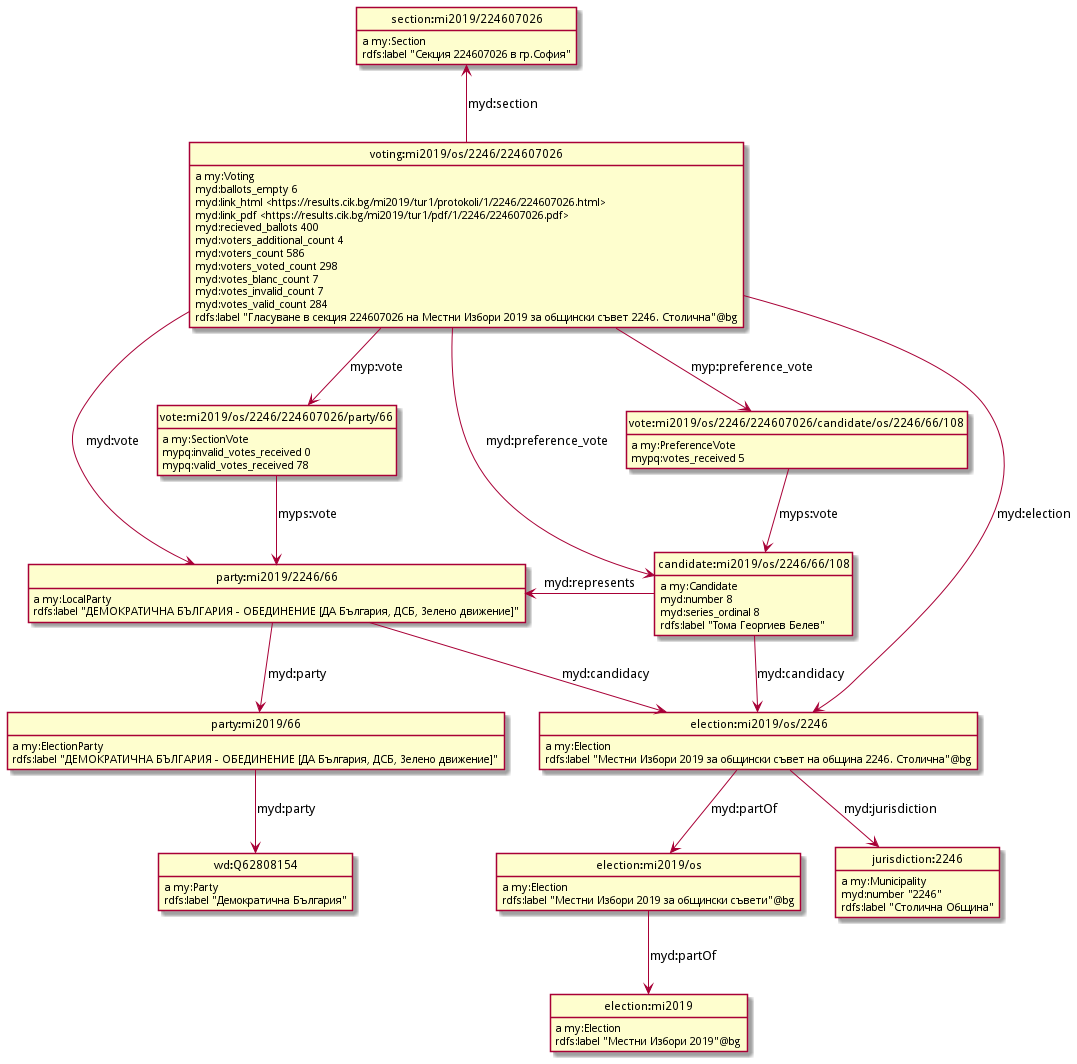
Before: model/localModel_os.png, a diagram exported from PlantUML (nikolatulechki/semanticElections).
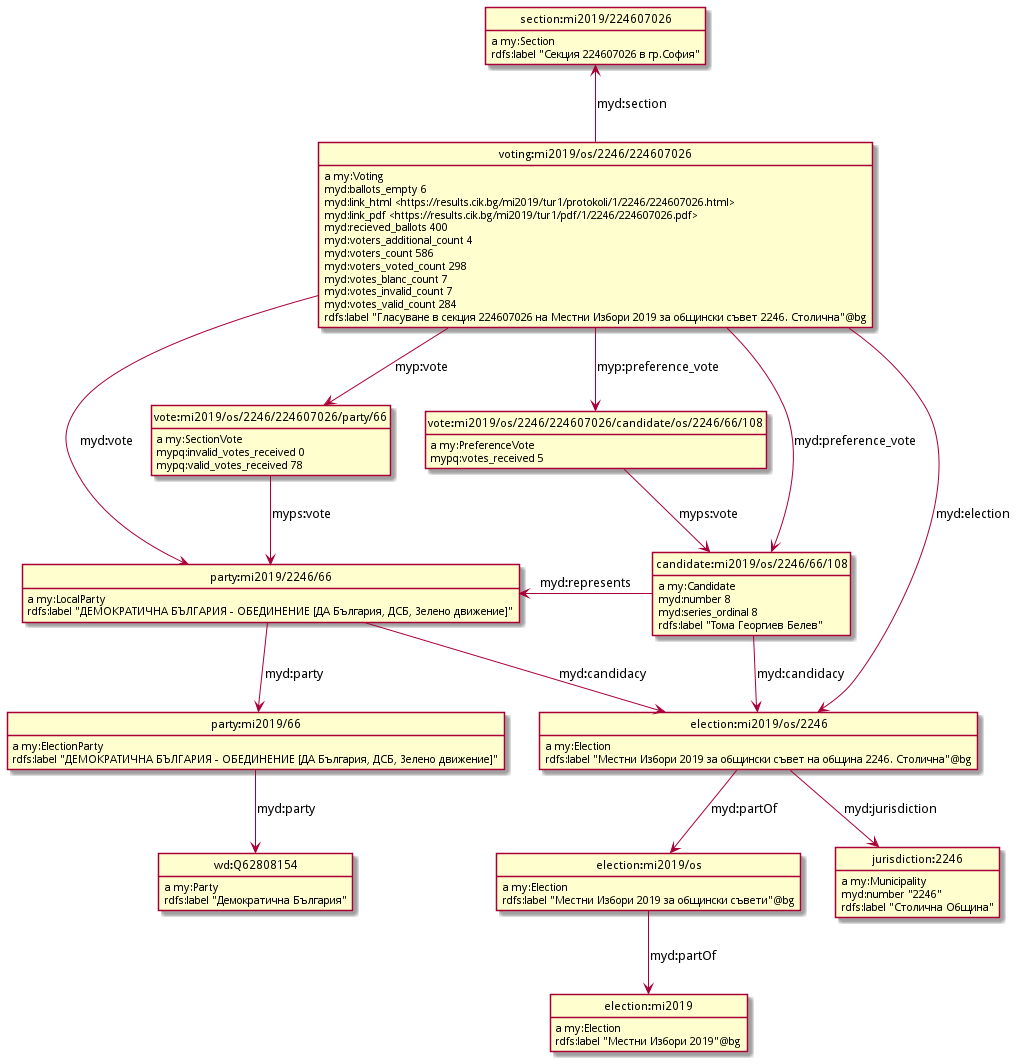
The same diagram one commit later.

Change to the diagram source:
```diff
@@ -3,34 +3,47 @@
 hide empty attributes
 hide circle
 skinparam classAttributeIconSize 0
-class vote_mi2019_os_2246_224607026_party_66 as "vote:mi2019/os/2246/224607026/party/66"
-vote_mi2019_os_2246_224607026_party_66 : a my:SectionVote
-class party_mi2019_2246_66 as "party:mi2019/2246/66"
-vote_mi2019_os_2246_224607026_party_66 -down-> party_mi2019_2246_66 : myps:vote
-vote_mi2019_os_2246_224607026_party_66 : mypq:invalid_votes_received 0
-vote_mi2019_os_2246_224607026_party_66 : mypq:valid_votes_received 78
+class vote_mi2019_os_2246_224607026_candidate_os_2246_66_108 as "vote:mi2019/os/2246/224607026/candidate/os/2246/66/108"
+vote_mi2019_os_2246_224607026_candidate_os_2246_66_108 : a my:PreferenceVote
 class candidate_mi2019_os_2246_66_108 as "candidate:mi2019/os/2246/66/108"
-candidate_mi2019_os_2246_66_108 : a my:Candidate
-class election_mi2019_os_2246 as "election:mi2019/os/2246"
-candidate_mi2019_os_2246_66_108 -down-> election_mi2019_os_2246 : myd:candidacy
-candidate_mi2019_os_2246_66_108 -left-> party_mi2019_2246_66 : myd:represents
-candidate_mi2019_os_2246_66_108 : myd:number 8
-candidate_mi2019_os_2246_66_108 : myd:series_ordinal 8
-candidate_mi2019_os_2246_66_108 : rdfs:label "Тома Георгиев Белев"
+vote_mi2019_os_2246_224607026_candidate_os_2246_66_108 -down-> candidate_mi2019_os_2246_66_108 : myps:vote
+vote_mi2019_os_2246_224607026_candidate_os_2246_66_108 : mypq:votes_received 5
 class jurisdiction_2246 as "jurisdiction:2246"
 jurisdiction_2246 : a my:Municipality
 jurisdiction_2246 : myd:number "2246"
 jurisdiction_2246 : rdfs:label "Столична Община"
+class section_mi2019_224607026 as "section:mi2019/224607026"
+section_mi2019_224607026 : a my:Section
+section_mi2019_224607026 : rdfs:label "Секция 224607026 в гр.София"
+class party_mi2019_2246_66 as "party:mi2019/2246/66"
+party_mi2019_2246_66 : a my:LocalParty
+class party_mi2019_66 as "party:mi2019/66"
+party_mi2019_2246_66 -down-> party_mi2019_66 : myd:party
+class election_mi2019_os_2246 as "election:mi2019/os/2246"
+party_mi2019_2246_66 -down-> election_mi2019_os_2246 : myd:candidacy
+party_mi2019_2246_66 : rdfs:label "ДЕМОКРАТИЧНА БЪЛГАРИЯ - ОБЕДИНЕНИЕ [ДА България, ДСБ, Зелено движение]"
+class vote_mi2019_os_2246_224607026_party_66 as "vote:mi2019/os/2246/224607026/party/66"
+vote_mi2019_os_2246_224607026_party_66 : a my:SectionVote
+vote_mi2019_os_2246_224607026_party_66 -down-> party_mi2019_2246_66 : myps:vote
+vote_mi2019_os_2246_224607026_party_66 : mypq:invalid_votes_received 0
+vote_mi2019_os_2246_224607026_party_66 : mypq:valid_votes_received 78
+candidate_mi2019_os_2246_66_108 : a my:Candidate
+candidate_mi2019_os_2246_66_108 -left-> party_mi2019_2246_66 : myd:represents
+candidate_mi2019_os_2246_66_108 -down-> election_mi2019_os_2246 : myd:candidacy
+candidate_mi2019_os_2246_66_108 : myd:number 8
+candidate_mi2019_os_2246_66_108 : myd:series_ordinal 8
+candidate_mi2019_os_2246_66_108 : rdfs:label "Тома Георгиев Белев"
+class wd_Q62808154 as "wd:Q62808154"
+wd_Q62808154 : a my:Party
+wd_Q62808154 : rdfs:label "Демократична България"
 class voting_mi2019_os_2246_224607026 as "voting:mi2019/os/2246/224607026"
 voting_mi2019_os_2246_224607026 : a my:Voting
+voting_mi2019_os_2246_224607026 -down-> vote_mi2019_os_2246_224607026_candidate_os_2246_66_108 : myp:preference_vote
+voting_mi2019_os_2246_224607026 -down-> vote_mi2019_os_2246_224607026_party_66 : myp:vote
+voting_mi2019_os_2246_224607026 -down-> candidate_mi2019_os_2246_66_108 : myd:preference_vote
+voting_mi2019_os_2246_224607026 -up-> section_mi2019_224607026 : myd:section
+voting_mi2019_os_2246_224607026 -down-> election_mi2019_os_2246 : myd:election
 voting_mi2019_os_2246_224607026 -down-> party_mi2019_2246_66 : myd:vote
-class vote_mi2019_os_2246_224607026_candidate_os_2246_66_108 as "vote:mi2019/os/2246/224607026/candidate/os/2246/66/108"
-voting_mi2019_os_2246_224607026 -down-> vote_mi2019_os_2246_224607026_candidate_os_2246_66_108 : myp:preference_vote
-class section_mi2019_224607026 as "section:mi2019/224607026"
-voting_mi2019_os_2246_224607026 -up-> section_mi2019_224607026 : myd:section
-voting_mi2019_os_2246_224607026 -down-> candidate_mi2019_os_2246_66_108 : myd:preference_vote
-voting_mi2019_os_2246_224607026 -down-> election_mi2019_os_2246 : myd:election
-voting_mi2019_os_2246_224607026 -down-> vote_mi2019_os_2246_224607026_party_66 : myp:vote
 voting_mi2019_os_2246_224607026 : myd:ballots_empty 6
 voting_mi2019_os_2246_224607026 : myd:link_html <https://results.cik.bg/mi2019/tur1/protokoli/1/2246/224607026.html>
 voting_mi2019_os_2246_224607026 : myd:link_pdf <https://results.cik.bg/mi2019/tur1/pdf/1/2246/224607026.pdf>
@@ -42,31 +55,18 @@
 voting_mi2019_os_2246_224607026 : myd:votes_invalid_count 7
 voting_mi2019_os_2246_224607026 : myd:votes_valid_count 284
 voting_mi2019_os_2246_224607026 : rdfs:label "Гласуване в секция 224607026 на Местни Избори 2019 за общински съвет 2246. Столична"@bg
-class party_mi2019_66 as "party:mi2019/66"
 party_mi2019_66 : a my:ElectionParty
-class wd_Q62808154 as "wd:Q62808154"
 party_mi2019_66 -down-> wd_Q62808154 : myd:party
 party_mi2019_66 : rdfs:label "ДЕМОКРАТИЧНА БЪЛГАРИЯ - ОБЕДИНЕНИЕ [ДА България, ДСБ, Зелено движение]"
 election_mi2019_os_2246 : a my:Election
+election_mi2019_os_2246 -down-> jurisdiction_2246 : myd:jurisdiction
 class election_mi2019_os as "election:mi2019/os"
 election_mi2019_os_2246 -down-> election_mi2019_os : myd:partOf
-election_mi2019_os_2246 -down-> jurisdiction_2246 : myd:jurisdiction
 election_mi2019_os_2246 : rdfs:label "Местни Избори 2019 за общински съвет на община 2246. Столична"@bg
 election_mi2019_os : a my:Election
 class election_mi2019 as "election:mi2019"
 election_mi2019_os -down-> election_mi2019 : myd:partOf
 election_mi2019_os : rdfs:label "Местни Избори 2019 за общински съвети"@bg
-section_mi2019_224607026 : a my:Section
-section_mi2019_224607026 : rdfs:label "Секция 224607026 в гр.София"
-vote_mi2019_os_2246_224607026_candidate_os_2246_66_108 : a my:PreferenceVote
-vote_mi2019_os_2246_224607026_candidate_os_2246_66_108 -down-> candidate_mi2019_os_2246_66_108 : myps:vote
-vote_mi2019_os_2246_224607026_candidate_os_2246_66_108 : mypq:votes_received 5
-party_mi2019_2246_66 : a my:LocalParty
-party_mi2019_2246_66 -down-> election_mi2019_os_2246 : myd:candidacy
-party_mi2019_2246_66 -down-> party_mi2019_66 : myd:party
-party_mi2019_2246_66 : rdfs:label "ДЕМОКРАТИЧНА БЪЛГАРИЯ - ОБЕДИНЕНИЕ [ДА България, ДСБ, Зелено движение]"
-wd_Q62808154 : a my:Party
-wd_Q62808154 : rdfs:label "Демократична България"
 election_mi2019 : a my:Election
 election_mi2019 : rdfs:label "Местни Избори 2019"@bg
 @enduml
```
